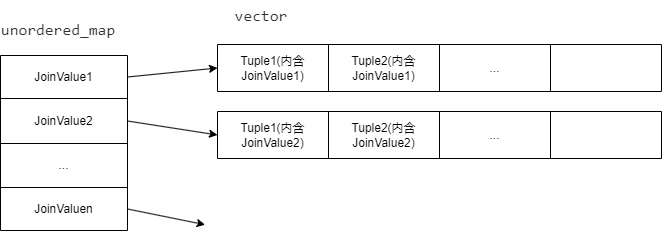
SixPlusAndTimes/drawio keeps this draw.io diagram as CMU15445/executors.drawio.png. Above is the earlier version. Source tidied: cells renumbered, new cells last; positions are measured from the earlier drawing's top-left corner, leaving out a move shared by most shapes. The source it was exported from:
```xml
<mxGraphModel>
  <root>
    <mxCell id="0" />
    <mxCell id="1" parent="0" />
    <mxCell id="2" style="shape=table;startSize=0;" parent="1" vertex="1">
      <mxGeometry y="55" width="127" height="175" as="geometry" />
    </mxCell>
    <mxCell id="3" style="shape=tableRow;horizontal=0;startSize=0;swimlaneHead=0;swimlaneBody=0;top=0;left=0;bottom=0;right=0;fillColor=none;points=[[0,0.5],[1,0.5]];portConstraint=eastwest;" parent="2" vertex="1">
      <mxGeometry width="127" height="43" as="geometry" />
    </mxCell>
    <mxCell id="4" value="JoinValue1" style="shape=partialRectangle;html=1;whiteSpace=wrap;overflow=hidden;fillColor=none;top=0;left=0;bottom=0;right=0;" parent="3" vertex="1">
      <mxGeometry width="127" height="43" as="geometry" />
    </mxCell>
    <mxCell id="5" style="shape=tableRow;horizontal=0;startSize=0;swimlaneHead=0;swimlaneBody=0;top=0;left=0;bottom=0;right=0;fillColor=none;points=[[0,0.5],[1,0.5]];portConstraint=eastwest;" parent="2" vertex="1">
      <mxGeometry y="43" width="127" height="45" as="geometry" />
    </mxCell>
    <mxCell id="6" value="JoinValue2" style="shape=partialRectangle;html=1;whiteSpace=wrap;overflow=hidden;fillColor=none;top=0;left=0;bottom=0;right=0;" parent="5" vertex="1">
      <mxGeometry width="127" height="45" as="geometry" />
    </mxCell>
    <mxCell id="7" style="shape=tableRow;horizontal=0;startSize=0;swimlaneHead=0;swimlaneBody=0;top=0;left=0;bottom=0;right=0;fillColor=none;" parent="2" vertex="1">
      <mxGeometry y="88" width="127" height="44" as="geometry" />
    </mxCell>
    <mxCell id="8" value="..." style="shape=partialRectangle;html=1;whiteSpace=wrap;overflow=hidden;fillColor=none;top=0;left=0;bottom=0;right=0;" parent="7" vertex="1">
      <mxGeometry width="127" height="44" as="geometry" />
    </mxCell>
    <mxCell id="9" style="shape=tableRow;horizontal=0;startSize=0;swimlaneHead=0;swimlaneBody=0;top=0;left=0;bottom=0;right=0;fillColor=none;points=[[0,0.5],[1,0.5]];portConstraint=eastwest;" parent="2" vertex="1">
      <mxGeometry y="132" width="127" height="43" as="geometry" />
    </mxCell>
    <mxCell id="10" value="JoinValuen" style="shape=partialRectangle;html=1;whiteSpace=wrap;overflow=hidden;fillColor=none;top=0;left=0;bottom=0;right=0;" parent="9" vertex="1">
      <mxGeometry width="127" height="43" as="geometry" />
    </mxCell>
    <mxCell id="11" value="&lt;span style=&quot;color: rgb(51, 51, 51); font-family: &amp;quot;JetBrains Mono&amp;quot;, Menlo, Consolas; font-size: 16px; orphans: 4; text-align: start; word-spacing: 0.8px;&quot;&gt;unordered_map&lt;/span&gt;" style="text;html=1;strokeColor=none;fillColor=none;align=center;verticalAlign=middle;whiteSpace=wrap;rounded=0;" parent="1" vertex="1">
      <mxGeometry x="17" y="14" width="82" height="30" as="geometry" />
    </mxCell>
    <mxCell id="12" style="shape=table;startSize=0;" parent="1" vertex="1">
      <mxGeometry x="217" y="44" width="444" height="47" as="geometry" />
    </mxCell>
    <mxCell id="13" style="shape=tableRow;horizontal=0;startSize=0;swimlaneHead=0;swimlaneBody=0;top=0;left=0;bottom=0;right=0;fillColor=none;points=[[0,0.5],[1,0.5]];portConstraint=eastwest;" parent="12" vertex="1">
      <mxGeometry width="444" height="47" as="geometry" />
    </mxCell>
    <mxCell id="14" value="Tuple1(内含JoinValue1)" style="shape=partialRectangle;html=1;whiteSpace=wrap;overflow=hidden;fillColor=none;top=0;left=0;bottom=0;right=0;" parent="13" vertex="1">
      <mxGeometry width="111" height="47" as="geometry" />
    </mxCell>
    <mxCell id="15" value="Tuple2(内含JoinValue1)" style="shape=partialRectangle;html=1;whiteSpace=wrap;overflow=hidden;fillColor=none;top=0;left=0;bottom=0;right=0;" parent="13" vertex="1">
      <mxGeometry x="111" width="111" height="47" as="geometry" />
    </mxCell>
    <mxCell id="16" value="..." style="shape=partialRectangle;html=1;whiteSpace=wrap;overflow=hidden;fillColor=none;top=0;left=0;bottom=0;right=0;" parent="13" vertex="1">
      <mxGeometry x="222" width="111" height="47" as="geometry" />
    </mxCell>
    <mxCell id="17" style="shape=partialRectangle;html=1;whiteSpace=wrap;overflow=hidden;fillColor=none;top=0;left=0;bottom=0;right=0;" parent="13" vertex="1">
      <mxGeometry x="333" width="111" height="47" as="geometry" />
    </mxCell>
    <mxCell id="18" value="&lt;span style=&quot;color: rgb(51, 51, 51); font-family: &amp;quot;JetBrains Mono&amp;quot;, Menlo, Consolas; font-size: 16px; orphans: 4; text-align: start; word-spacing: 0.8px;&quot;&gt;vector&lt;/span&gt;" style="text;html=1;strokeColor=none;fillColor=none;align=center;verticalAlign=middle;whiteSpace=wrap;rounded=0;" parent="1" vertex="1">
      <mxGeometry x="220" width="82" height="30" as="geometry" />
    </mxCell>
    <mxCell id="19" style="shape=table;startSize=0;" parent="1" vertex="1">
      <mxGeometry x="217" y="111" width="444" height="47" as="geometry" />
    </mxCell>
    <mxCell id="20" style="shape=tableRow;horizontal=0;startSize=0;swimlaneHead=0;swimlaneBody=0;top=0;left=0;bottom=0;right=0;fillColor=none;points=[[0,0.5],[1,0.5]];portConstraint=eastwest;" parent="19" vertex="1">
      <mxGeometry width="444" height="47" as="geometry" />
    </mxCell>
    <mxCell id="21" value="Tuple1(内含JoinValue2)" style="shape=partialRectangle;html=1;whiteSpace=wrap;overflow=hidden;fillColor=none;top=0;left=0;bottom=0;right=0;" parent="20" vertex="1">
      <mxGeometry width="111" height="47" as="geometry" />
    </mxCell>
    <mxCell id="22" value="Tuple2(内含JoinValue2)" style="shape=partialRectangle;html=1;whiteSpace=wrap;overflow=hidden;fillColor=none;top=0;left=0;bottom=0;right=0;" parent="20" vertex="1">
      <mxGeometry x="111" width="111" height="47" as="geometry" />
    </mxCell>
    <mxCell id="23" value="..." style="shape=partialRectangle;html=1;whiteSpace=wrap;overflow=hidden;fillColor=none;top=0;left=0;bottom=0;right=0;" parent="20" vertex="1">
      <mxGeometry x="222" width="111" height="47" as="geometry" />
    </mxCell>
    <mxCell id="24" style="shape=partialRectangle;html=1;whiteSpace=wrap;overflow=hidden;fillColor=none;top=0;left=0;bottom=0;right=0;" parent="20" vertex="1">
      <mxGeometry x="333" width="111" height="47" as="geometry" />
    </mxCell>
    <mxCell id="25" style="rounded=0;jettySize=auto;html=1;exitX=1;exitY=0.5;exitDx=0;exitDy=0;entryX=0;entryY=0.5;entryDx=0;entryDy=0;" parent="1" edge="1" source="3" target="13">
      <mxGeometry relative="1" as="geometry" />
    </mxCell>
    <mxCell id="26" style="edgeStyle=none;rounded=0;jettySize=auto;html=1;exitX=1;exitY=0.5;exitDx=0;exitDy=0;entryX=0;entryY=0.5;entryDx=0;entryDy=0;" parent="1" edge="1" source="5" target="20">
      <mxGeometry relative="1" as="geometry" />
    </mxCell>
    <mxCell id="27" style="edgeStyle=none;rounded=0;jettySize=auto;html=1;exitX=1;exitY=0.5;exitDx=0;exitDy=0;" parent="1" edge="1" source="9">
      <mxGeometry relative="1" as="geometry">
        <mxPoint x="204.6" y="224.2" as="targetPoint" />
      </mxGeometry>
    </mxCell>
  </root>
</mxGraphModel>
```
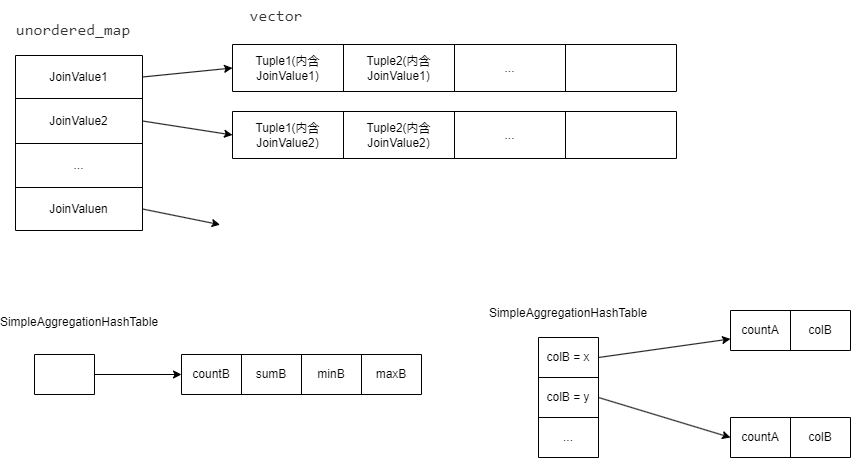
The same diagram one commit later.

The edit, as a diff of the source:
```diff
@@ -82,5 +82,92 @@
         <mxPoint x="204.6" y="224.2" as="targetPoint" />
       </mxGeometry>
     </mxCell>
+    <mxCell id="28" style="shape=table;startSize=0;" parent="1" vertex="1">
+      <mxGeometry x="19" y="354" width="60" height="40" as="geometry" />
+    </mxCell>
+    <mxCell id="29" style="shape=tableRow;horizontal=0;startSize=0;swimlaneHead=0;swimlaneBody=0;top=0;left=0;bottom=0;right=0;fillColor=none;points=[[0,0.5],[1,0.5]];portConstraint=eastwest;" parent="28" vertex="1">
+      <mxGeometry width="60" height="40" as="geometry" />
+    </mxCell>
+    <mxCell id="30" style="shape=partialRectangle;html=1;whiteSpace=wrap;overflow=hidden;fillColor=none;top=0;left=0;bottom=0;right=0;" parent="29" vertex="1">
+      <mxGeometry width="60" height="40" as="geometry" />
+    </mxCell>
+    <mxCell id="31" value="SimpleAggregationHashTable" style="text;html=1;strokeColor=none;fillColor=none;align=center;verticalAlign=middle;whiteSpace=wrap;rounded=0;" parent="1" vertex="1">
+      <mxGeometry x="33.5" y="307" width="60" height="30" as="geometry" />
+    </mxCell>
+    <mxCell id="32" style="shape=table;startSize=0;" parent="1" vertex="1">
+      <mxGeometry x="166" y="354" width="240" height="40" as="geometry" />
+    </mxCell>
+    <mxCell id="33" style="shape=tableRow;horizontal=0;startSize=0;swimlaneHead=0;swimlaneBody=0;top=0;left=0;bottom=0;right=0;fillColor=none;points=[[0,0.5],[1,0.5]];portConstraint=eastwest;" parent="32" vertex="1">
+      <mxGeometry width="240" height="40" as="geometry" />
+    </mxCell>
+    <mxCell id="34" value="countB" style="shape=partialRectangle;html=1;whiteSpace=wrap;overflow=hidden;fillColor=none;top=0;left=0;bottom=0;right=0;" parent="33" vertex="1">
+      <mxGeometry width="60" height="40" as="geometry" />
+    </mxCell>
+    <mxCell id="35" value="sumB" style="shape=partialRectangle;html=1;whiteSpace=wrap;overflow=hidden;fillColor=none;top=0;left=0;bottom=0;right=0;" parent="33" vertex="1">
+      <mxGeometry x="60" width="60" height="40" as="geometry" />
+    </mxCell>
+    <mxCell id="36" value="minB" style="shape=partialRectangle;html=1;whiteSpace=wrap;overflow=hidden;fillColor=none;top=0;left=0;bottom=0;right=0;" parent="33" vertex="1">
+      <mxGeometry x="120" width="60" height="40" as="geometry" />
+    </mxCell>
+    <mxCell id="37" value="maxB" style="shape=partialRectangle;html=1;whiteSpace=wrap;overflow=hidden;fillColor=none;top=0;left=0;bottom=0;right=0;" parent="33" vertex="1">
+      <mxGeometry x="180" width="60" height="40" as="geometry" />
+    </mxCell>
+    <mxCell id="38" style="rounded=0;jettySize=auto;html=1;exitX=1;exitY=0.5;exitDx=0;exitDy=0;entryX=0;entryY=0.5;entryDx=0;entryDy=0;" parent="1" edge="1" source="29" target="33">
+      <mxGeometry relative="1" as="geometry" />
+    </mxCell>
+    <mxCell id="39" style="shape=table;startSize=0;" parent="1" vertex="1">
+      <mxGeometry x="523" y="337" width="60" height="120" as="geometry" />
+    </mxCell>
+    <mxCell id="40" style="shape=tableRow;horizontal=0;startSize=0;swimlaneHead=0;swimlaneBody=0;top=0;left=0;bottom=0;right=0;fillColor=none;points=[[0,0.5],[1,0.5]];portConstraint=eastwest;" parent="39" vertex="1">
+      <mxGeometry width="60" height="40" as="geometry" />
+    </mxCell>
+    <mxCell id="41" value="colB = x" style="shape=partialRectangle;html=1;whiteSpace=wrap;overflow=hidden;fillColor=none;top=0;left=0;bottom=0;right=0;" parent="40" vertex="1">
+      <mxGeometry width="60" height="40" as="geometry" />
+    </mxCell>
+    <mxCell id="42" style="shape=tableRow;horizontal=0;startSize=0;swimlaneHead=0;swimlaneBody=0;top=0;left=0;bottom=0;right=0;fillColor=none;points=[[0,0.5],[1,0.5]];portConstraint=eastwest;" parent="39" vertex="1">
+      <mxGeometry y="40" width="60" height="40" as="geometry" />
+    </mxCell>
+    <mxCell id="43" value="colB = y" style="shape=partialRectangle;html=1;whiteSpace=wrap;overflow=hidden;fillColor=none;top=0;left=0;bottom=0;right=0;" parent="42" vertex="1">
+      <mxGeometry width="60" height="40" as="geometry" />
+    </mxCell>
+    <mxCell id="44" style="shape=tableRow;horizontal=0;startSize=0;swimlaneHead=0;swimlaneBody=0;top=0;left=0;bottom=0;right=0;fillColor=none;" parent="39" vertex="1">
+      <mxGeometry y="80" width="60" height="40" as="geometry" />
+    </mxCell>
+    <mxCell id="45" value="..." style="shape=partialRectangle;html=1;whiteSpace=wrap;overflow=hidden;fillColor=none;top=0;left=0;bottom=0;right=0;" parent="44" vertex="1">
+      <mxGeometry width="60" height="40" as="geometry" />
+    </mxCell>
+    <mxCell id="46" value="SimpleAggregationHashTable" style="text;html=1;strokeColor=none;fillColor=none;align=center;verticalAlign=middle;whiteSpace=wrap;rounded=0;" parent="1" vertex="1">
+      <mxGeometry x="488" y="298" width="130" height="30" as="geometry" />
+    </mxCell>
+    <mxCell id="47" style="shape=table;startSize=0;" parent="1" vertex="1">
+      <mxGeometry x="715" y="310" width="120" height="40" as="geometry" />
+    </mxCell>
+    <mxCell id="48" style="shape=tableRow;horizontal=0;startSize=0;swimlaneHead=0;swimlaneBody=0;top=0;left=0;bottom=0;right=0;fillColor=none;points=[[0,0.5],[1,0.5]];portConstraint=eastwest;" parent="47" vertex="1">
+      <mxGeometry width="120" height="40" as="geometry" />
+    </mxCell>
+    <mxCell id="49" value="countA" style="shape=partialRectangle;html=1;whiteSpace=wrap;overflow=hidden;fillColor=none;top=0;left=0;bottom=0;right=0;" parent="48" vertex="1">
+      <mxGeometry width="60" height="40" as="geometry" />
+    </mxCell>
+    <mxCell id="50" value="colB" style="shape=partialRectangle;html=1;whiteSpace=wrap;overflow=hidden;fillColor=none;top=0;left=0;bottom=0;right=0;" parent="48" vertex="1">
+      <mxGeometry x="60" width="60" height="40" as="geometry" />
+    </mxCell>
+    <mxCell id="51" style="edgeStyle=none;rounded=0;jettySize=auto;html=1;exitX=1;exitY=0.5;exitDx=0;exitDy=0;" parent="1" edge="1" source="40" target="48">
+      <mxGeometry relative="1" as="geometry" />
+    </mxCell>
+    <mxCell id="52" style="shape=table;startSize=0;" parent="1" vertex="1">
+      <mxGeometry x="715" y="417" width="120" height="40" as="geometry" />
+    </mxCell>
+    <mxCell id="53" style="shape=tableRow;horizontal=0;startSize=0;swimlaneHead=0;swimlaneBody=0;top=0;left=0;bottom=0;right=0;fillColor=none;points=[[0,0.5],[1,0.5]];portConstraint=eastwest;" parent="52" vertex="1">
+      <mxGeometry width="120" height="40" as="geometry" />
+    </mxCell>
+    <mxCell id="54" value="countA" style="shape=partialRectangle;html=1;whiteSpace=wrap;overflow=hidden;fillColor=none;top=0;left=0;bottom=0;right=0;" parent="53" vertex="1">
+      <mxGeometry width="60" height="40" as="geometry" />
+    </mxCell>
+    <mxCell id="55" value="colB" style="shape=partialRectangle;html=1;whiteSpace=wrap;overflow=hidden;fillColor=none;top=0;left=0;bottom=0;right=0;" parent="53" vertex="1">
+      <mxGeometry x="60" width="60" height="40" as="geometry" />
+    </mxCell>
+    <mxCell id="56" style="edgeStyle=none;rounded=0;jettySize=auto;html=1;exitX=1;exitY=0.5;exitDx=0;exitDy=0;entryX=0;entryY=0.5;entryDx=0;entryDy=0;" parent="1" edge="1" source="42" target="53">
+      <mxGeometry relative="1" as="geometry" />
+    </mxCell>
   </root>
 </mxGraphModel>
```
